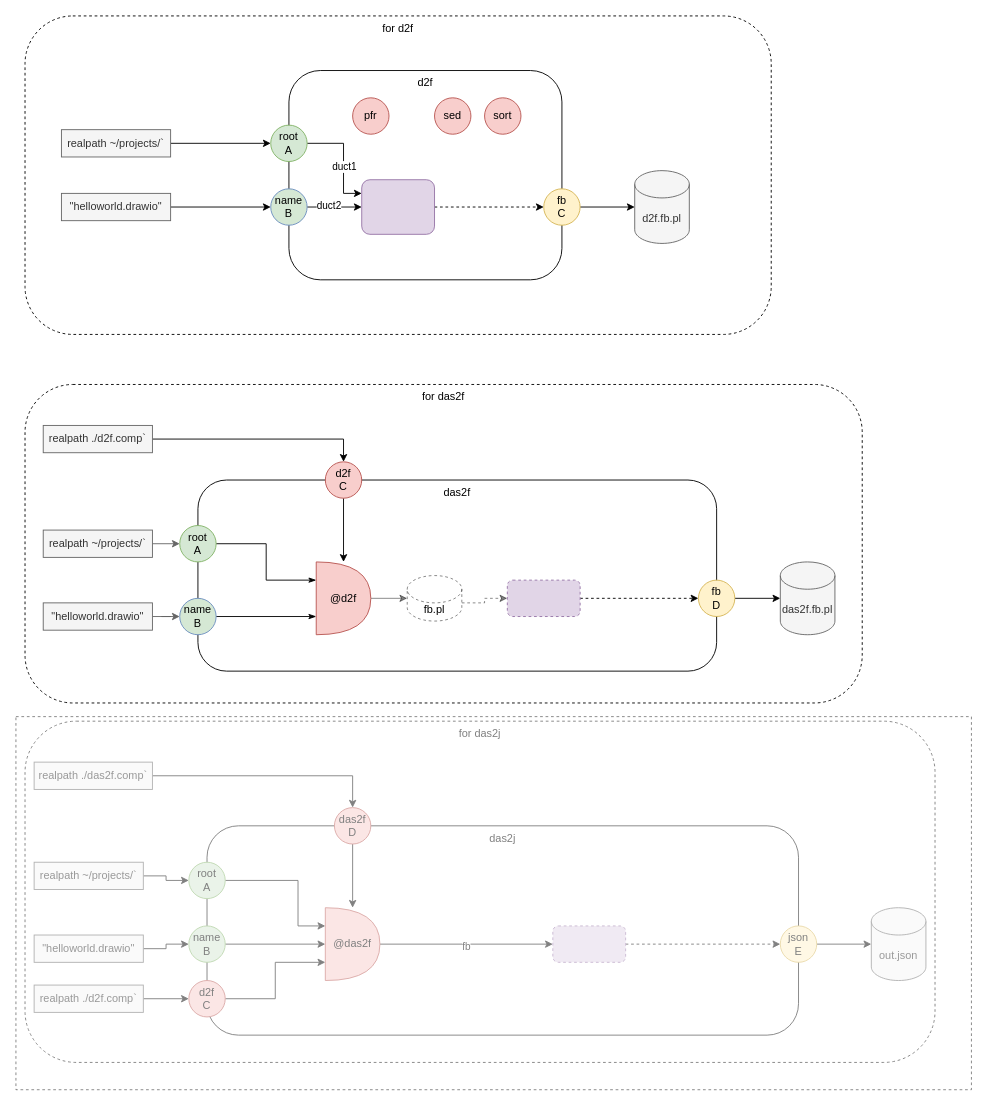
guitarvydas/d2py keeps this draw.io diagram as page "Page-2" (2 of 2) of components.drawio. Above is the earlier version. Source tidied: cells renumbered, new cells numbered last; positions are measured from the earlier drawing's top-left corner, leaving out a move shared by most shapes. Both pictures are drawn from the tidied source at 91%, with x=0, y=0 at pixel (15, 15).
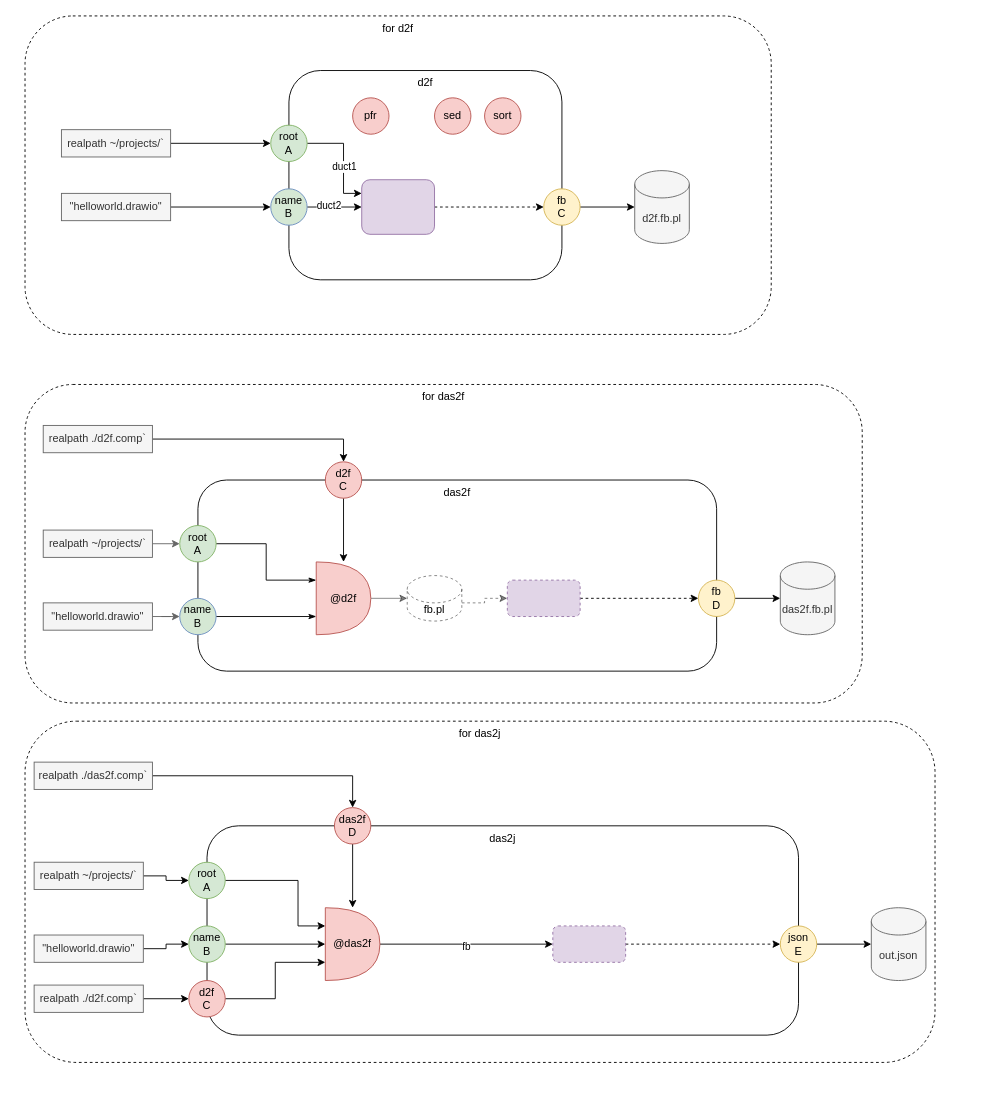
Above is the later version.

What changed in the source:
```diff
@@
-    <mxCell id="71" style="rounded=0;whiteSpace=wrap;html=1;dashed=1;opacity=50;" parent="1" vertex="1">
-      <mxGeometry y="770" width="1050" height="410" as="geometry" />
-    </mxCell>
```
